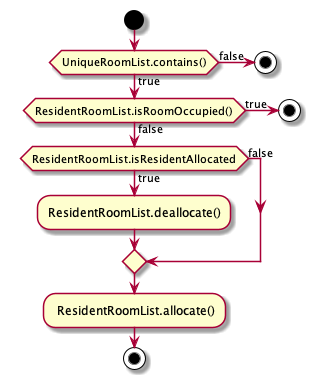
The PlantUML diagram docs/images/ResidentRoomAllocationDiagram.png in nus-cs2103-AY2021S2/tp, before a commit. Its diagram source:
```plantuml
@startuml

start
if (UniqueRoomList.contains()) then (true)
    if (ResidentRoomList.isRoomOccupied()) then (false)
        if (ResidentRoomList.isResidentAllocated) then (true)
            :ResidentRoomList.deallocate();
        else (false)
        endif
        : ResidentRoomList.allocate();
        stop
   else (true)
        stop
   endif
else (false)
    stop

@enduml
```
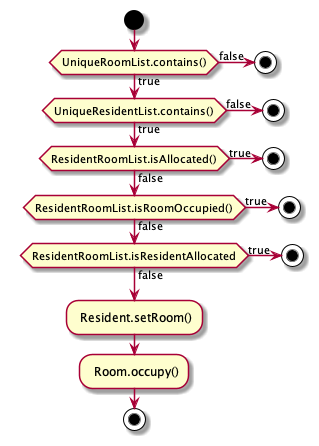
Later version of the same file.

Commit message:
docs(resident-room-allocation): modify dg and ug as discussed

What changed in the source:
```diff
@@ -2,16 +2,26 @@
 
 start
 if (UniqueRoomList.contains()) then (true)
-    if (ResidentRoomList.isRoomOccupied()) then (false)
-        if (ResidentRoomList.isResidentAllocated) then (true)
-            :ResidentRoomList.deallocate();
-        else (false)
+    if (UniqueResidentList.contains()) then (true)
+        if (ResidentRoomList.isAllocated()) then (false)
+            if (ResidentRoomList.isRoomOccupied()) then (false)
+                if (ResidentRoomList.isResidentAllocated) then (false)
+                else (true)
+                    stop
+                endif
+                : Resident.setRoom();
+                : Room.occupy();
+                stop
+            else (true)
+                stop
         endif
-        : ResidentRoomList.allocate();
-        stop
-   else (true)
+        else (true)
+            stop
+    endif
+    else (false)
         stop
    endif
+
 else (false)
     stop
 
```
